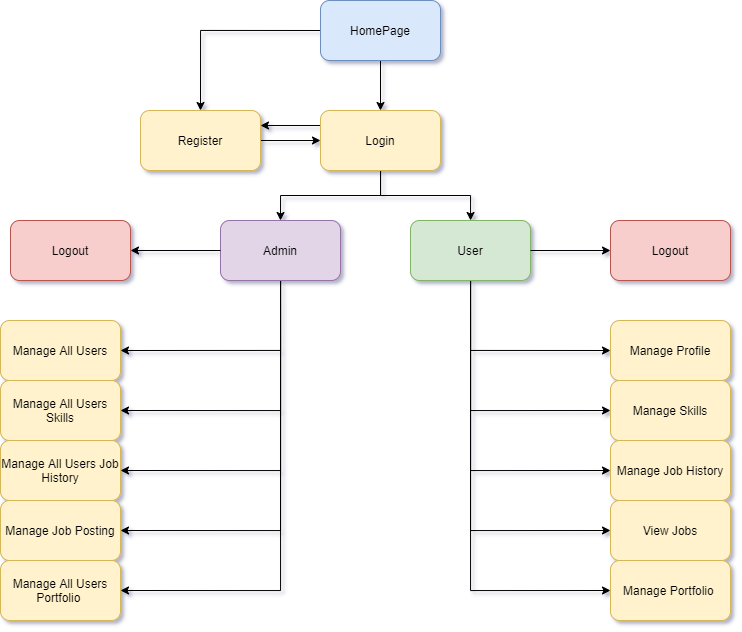
Above: Documentation/Diagrams/Sitemap.png in RSteinebrunner/LaravelProject (draw.io), before the change. Source tidied: cells renumbered, new cells last; positions are measured from the earlier drawing's top-left corner, leaving out a move shared by most shapes.
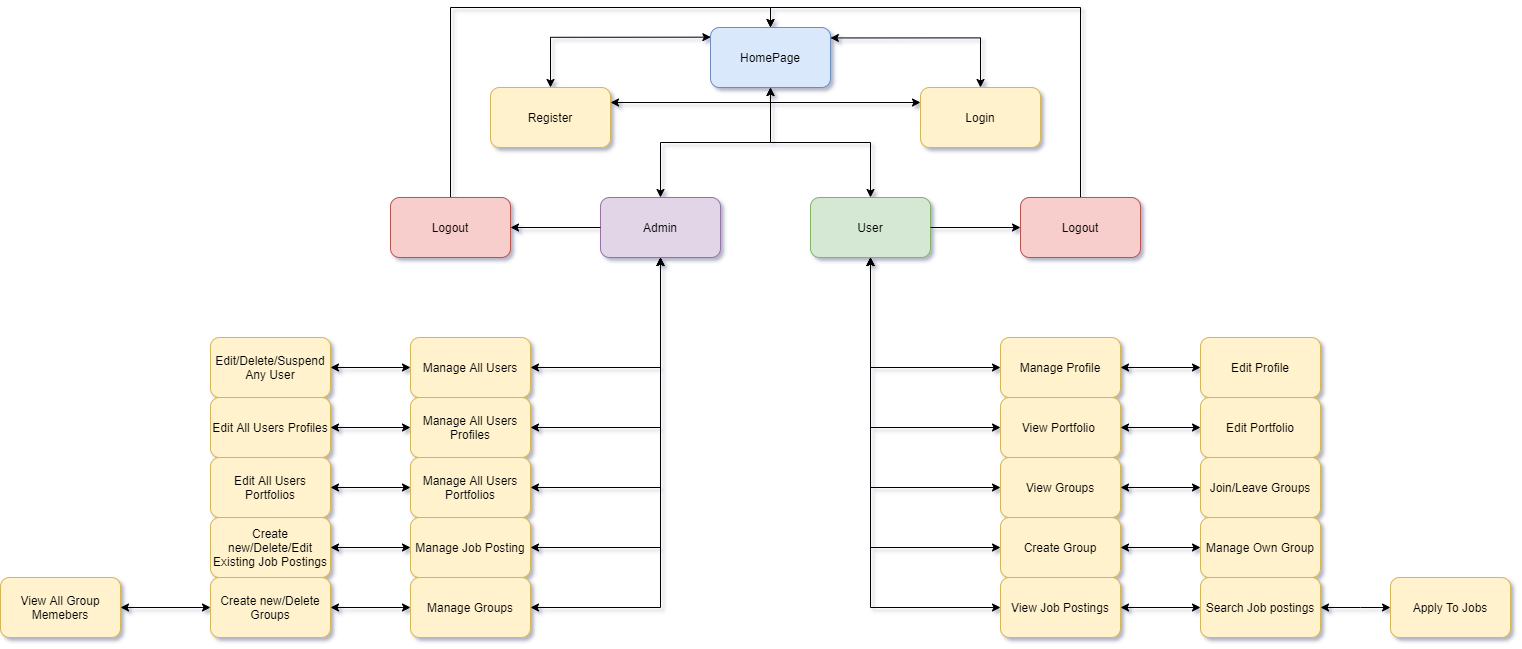
Later version of the same file.

Diff of the diagram source:
```diff
@@ -2,103 +2,98 @@
   <root>
     <mxCell id="0" />
     <mxCell id="1" parent="0" />
-    <mxCell id="2" style="edgeStyle=orthogonalEdgeStyle;rounded=0;jettySize=auto;html=1;entryX=0.5;entryY=0;entryDx=0;entryDy=0;exitX=0;exitY=0.5;exitDx=0;exitDy=0;" parent="1" edge="1" source="4" target="6">
+    <mxCell id="2" style="edgeStyle=orthogonalEdgeStyle;rounded=0;jettySize=auto;html=1;entryX=0.5;entryY=0;entryDx=0;entryDy=0;exitX=0.003;exitY=0.161;exitDx=0;exitDy=0;startArrow=classic;startFill=1;exitPerimeter=0;" parent="1" edge="1" source="4" target="6">
       <mxGeometry relative="1" as="geometry">
         <Array as="points">
-          <mxPoint x="200" y="30" />
+          <mxPoint x="170" y="60" />
         </Array>
       </mxGeometry>
     </mxCell>
-    <mxCell id="3" style="edgeStyle=orthogonalEdgeStyle;rounded=0;jettySize=auto;html=1;entryX=0.5;entryY=0;entryDx=0;entryDy=0;exitX=0.5;exitY=1;exitDx=0;exitDy=0;" parent="1" edge="1" source="4" target="10">
-      <mxGeometry relative="1" as="geometry" />
+    <mxCell id="3" style="edgeStyle=orthogonalEdgeStyle;rounded=0;jettySize=auto;html=1;entryX=0.5;entryY=0;entryDx=0;entryDy=0;exitX=0.999;exitY=0.174;exitDx=0;exitDy=0;startArrow=classic;startFill=1;exitPerimeter=0;" parent="1" edge="1" source="4" target="10">
+      <mxGeometry relative="1" as="geometry">
+        <Array as="points">
+          <mxPoint x="600" y="60" />
+        </Array>
+      </mxGeometry>
     </mxCell>
+    <mxCell id="37" style="edgeStyle=orthogonalEdgeStyle;rounded=0;jettySize=auto;html=1;startArrow=classic;startFill=1;" parent="1" edge="1" source="4" target="22">
+      <mxGeometry relative="1" as="geometry" />
+    </mxCell>
+    <mxCell id="38" style="edgeStyle=orthogonalEdgeStyle;rounded=0;jettySize=auto;html=1;startArrow=classic;startFill=1;" parent="1" edge="1" source="4" target="16">
+      <mxGeometry relative="1" as="geometry" />
+    </mxCell>
     <mxCell id="4" value="HomePage" style="rounded=1;whiteSpace=wrap;html=1;fillColor=#dae8fc;strokeColor=#6c8ebf;" parent="1" vertex="1">
-      <mxGeometry x="320" width="120" height="60" as="geometry" />
+      <mxGeometry x="330" y="50" width="120" height="60" as="geometry" />
     </mxCell>
-    <mxCell id="5" style="edgeStyle=orthogonalEdgeStyle;rounded=0;jettySize=auto;html=1;" parent="1" edge="1" source="6" target="10">
-      <mxGeometry relative="1" as="geometry" />
-    </mxCell>
     <mxCell id="6" value="Register" style="rounded=1;whiteSpace=wrap;html=1;fillColor=#fff2cc;strokeColor=#d6b656;" parent="1" vertex="1">
-      <mxGeometry x="140" y="110" width="120" height="60" as="geometry" />
+      <mxGeometry x="110" y="110" width="120" height="60" as="geometry" />
     </mxCell>
-    <mxCell id="7" style="edgeStyle=orthogonalEdgeStyle;rounded=0;jettySize=auto;html=1;entryX=1;entryY=0.25;entryDx=0;entryDy=0;exitX=0;exitY=0.25;exitDx=0;exitDy=0;" parent="1" edge="1" source="10" target="6">
+    <mxCell id="7" style="edgeStyle=orthogonalEdgeStyle;rounded=0;jettySize=auto;html=1;entryX=1;entryY=0.25;entryDx=0;entryDy=0;exitX=0;exitY=0.25;exitDx=0;exitDy=0;startArrow=classic;startFill=1;" parent="1" edge="1" source="10" target="6">
       <mxGeometry relative="1" as="geometry" />
     </mxCell>
-    <mxCell id="8" style="edgeStyle=orthogonalEdgeStyle;rounded=0;jettySize=auto;html=1;" parent="1" edge="1" source="10" target="16">
-      <mxGeometry relative="1" as="geometry" />
-    </mxCell>
-    <mxCell id="9" style="edgeStyle=orthogonalEdgeStyle;rounded=0;jettySize=auto;html=1;entryX=0.5;entryY=0;entryDx=0;entryDy=0;" parent="1" edge="1" source="10" target="22">
-      <mxGeometry relative="1" as="geometry" />
-    </mxCell>
     <mxCell id="10" value="Login" style="rounded=1;whiteSpace=wrap;html=1;fillColor=#fff2cc;strokeColor=#d6b656;" parent="1" vertex="1">
-      <mxGeometry x="320" y="110" width="120" height="60" as="geometry" />
+      <mxGeometry x="540" y="110" width="120" height="60" as="geometry" />
     </mxCell>
-    <mxCell id="11" style="edgeStyle=orthogonalEdgeStyle;rounded=0;jettySize=auto;html=1;exitX=0.5;exitY=1;exitDx=0;exitDy=0;entryX=0;entryY=0.5;entryDx=0;entryDy=0;" parent="1" edge="1" source="16" target="26">
+    <mxCell id="11" style="edgeStyle=orthogonalEdgeStyle;rounded=0;jettySize=auto;html=1;exitX=0.5;exitY=1;exitDx=0;exitDy=0;entryX=0;entryY=0.5;entryDx=0;entryDy=0;startArrow=classic;startFill=1;" parent="1" edge="1" source="16" target="26">
       <mxGeometry relative="1" as="geometry" />
     </mxCell>
-    <mxCell id="12" style="edgeStyle=orthogonalEdgeStyle;rounded=0;jettySize=auto;html=1;entryX=0;entryY=0.5;entryDx=0;entryDy=0;" parent="1" edge="1" source="16" target="32">
-      <mxGeometry relative="1" as="geometry">
-        <Array as="points">
-          <mxPoint x="470" y="410" />
-        </Array>
-      </mxGeometry>
-    </mxCell>
-    <mxCell id="13" style="edgeStyle=orthogonalEdgeStyle;rounded=0;jettySize=auto;html=1;entryX=0;entryY=0.5;entryDx=0;entryDy=0;" parent="1" edge="1" source="16" target="33">
-      <mxGeometry relative="1" as="geometry">
-        <Array as="points">
-          <mxPoint x="470" y="470" />
-        </Array>
-      </mxGeometry>
-    </mxCell>
-    <mxCell id="14" style="edgeStyle=orthogonalEdgeStyle;rounded=0;jettySize=auto;html=1;entryX=0;entryY=0.5;entryDx=0;entryDy=0;" parent="1" edge="1" source="16" target="34">
+    <mxCell id="14" style="edgeStyle=orthogonalEdgeStyle;rounded=0;jettySize=auto;html=1;entryX=0;entryY=0.5;entryDx=0;entryDy=0;startArrow=classic;startFill=1;" parent="1" edge="1" source="16" target="46">
       <mxGeometry relative="1" as="geometry">
         <Array as="points">
-          <mxPoint x="470" y="530" />
+          <mxPoint x="490" y="570" />
         </Array>
       </mxGeometry>
     </mxCell>
-    <mxCell id="15" style="edgeStyle=orthogonalEdgeStyle;rounded=0;jettySize=auto;html=1;entryX=0;entryY=0.5;entryDx=0;entryDy=0;" parent="1" edge="1" source="16" target="35">
+    <mxCell id="15" style="edgeStyle=orthogonalEdgeStyle;rounded=0;jettySize=auto;html=1;entryX=0;entryY=0.5;entryDx=0;entryDy=0;startArrow=classic;startFill=1;" parent="1" edge="1" source="16" target="35">
       <mxGeometry relative="1" as="geometry">
         <Array as="points">
-          <mxPoint x="470" y="590" />
+          <mxPoint x="490" y="450" />
         </Array>
       </mxGeometry>
     </mxCell>
+    <mxCell id="39" style="edgeStyle=orthogonalEdgeStyle;rounded=0;jettySize=auto;html=1;entryX=0;entryY=0.5;entryDx=0;entryDy=0;startArrow=classic;startFill=1;" parent="1" edge="1" source="16">
+      <mxGeometry relative="1" as="geometry">
+        <mxPoint x="620" y="630" as="targetPoint" />
+        <Array as="points">
+          <mxPoint x="490" y="630" />
+        </Array>
+      </mxGeometry>
+    </mxCell>
     <mxCell id="16" value="User" style="rounded=1;whiteSpace=wrap;html=1;fillColor=#d5e8d4;strokeColor=#82b366;" parent="1" vertex="1">
-      <mxGeometry x="410" y="220" width="120" height="60" as="geometry" />
+      <mxGeometry x="430" y="220" width="120" height="60" as="geometry" />
     </mxCell>
-    <mxCell id="17" style="edgeStyle=orthogonalEdgeStyle;rounded=0;jettySize=auto;html=1;exitX=0.5;exitY=1;exitDx=0;exitDy=0;entryX=1;entryY=0.5;entryDx=0;entryDy=0;" parent="1" edge="1" source="22" target="29">
+    <mxCell id="17" style="edgeStyle=orthogonalEdgeStyle;rounded=0;jettySize=auto;html=1;exitX=0.5;exitY=1;exitDx=0;exitDy=0;entryX=1;entryY=0.5;entryDx=0;entryDy=0;startArrow=classic;startFill=1;" parent="1" edge="1" source="22" target="29">
       <mxGeometry relative="1" as="geometry">
         <Array as="points">
-          <mxPoint x="280" y="350" />
+          <mxPoint x="280" y="390" />
         </Array>
       </mxGeometry>
     </mxCell>
-    <mxCell id="18" style="edgeStyle=orthogonalEdgeStyle;rounded=0;jettySize=auto;html=1;entryX=1;entryY=0.5;entryDx=0;entryDy=0;" parent="1" edge="1" source="22" target="28">
+    <mxCell id="18" style="edgeStyle=orthogonalEdgeStyle;rounded=0;jettySize=auto;html=1;entryX=1;entryY=0.5;entryDx=0;entryDy=0;startArrow=classic;startFill=1;" parent="1" edge="1" source="22" target="28">
       <mxGeometry relative="1" as="geometry">
         <Array as="points">
-          <mxPoint x="280" y="410" />
+          <mxPoint x="280" y="450" />
         </Array>
       </mxGeometry>
     </mxCell>
     <mxCell id="19" style="edgeStyle=orthogonalEdgeStyle;rounded=0;jettySize=auto;html=1;entryX=1;entryY=0.5;entryDx=0;entryDy=0;" parent="1" edge="1" source="22" target="30">
       <mxGeometry relative="1" as="geometry">
         <Array as="points">
-          <mxPoint x="280" y="470" />
+          <mxPoint x="280" y="510" />
         </Array>
       </mxGeometry>
     </mxCell>
-    <mxCell id="20" style="edgeStyle=orthogonalEdgeStyle;rounded=0;jettySize=auto;html=1;entryX=1;entryY=0.5;entryDx=0;entryDy=0;" parent="1" edge="1" source="22" target="31">
+    <mxCell id="20" style="edgeStyle=orthogonalEdgeStyle;rounded=0;jettySize=auto;html=1;entryX=1;entryY=0.5;entryDx=0;entryDy=0;startArrow=classic;startFill=1;" parent="1" edge="1" source="22" target="31">
       <mxGeometry relative="1" as="geometry">
         <Array as="points">
-          <mxPoint x="280" y="530" />
+          <mxPoint x="280" y="570" />
         </Array>
       </mxGeometry>
     </mxCell>
-    <mxCell id="21" style="edgeStyle=orthogonalEdgeStyle;rounded=0;jettySize=auto;html=1;entryX=1;entryY=0.5;entryDx=0;entryDy=0;" parent="1" edge="1" source="22" target="36">
+    <mxCell id="21" style="edgeStyle=orthogonalEdgeStyle;rounded=0;jettySize=auto;html=1;entryX=1;entryY=0.5;entryDx=0;entryDy=0;startArrow=classic;startFill=1;" parent="1" edge="1" source="22" target="36">
       <mxGeometry relative="1" as="geometry">
         <Array as="points">
-          <mxPoint x="280" y="590" />
+          <mxPoint x="280" y="630" />
         </Array>
       </mxGeometry>
     </mxCell>
@@ -108,44 +103,144 @@
     <mxCell id="23" style="edgeStyle=orthogonalEdgeStyle;rounded=0;jettySize=auto;html=1;exitX=0;exitY=0.5;exitDx=0;exitDy=0;" parent="1" edge="1" source="22" target="24">
       <mxGeometry relative="1" as="geometry" />
     </mxCell>
+    <mxCell id="40" style="edgeStyle=orthogonalEdgeStyle;rounded=0;jettySize=auto;html=1;entryX=0.5;entryY=0;entryDx=0;entryDy=0;" parent="1" edge="1" source="24" target="4">
+      <mxGeometry relative="1" as="geometry">
+        <Array as="points">
+          <mxPoint x="70" y="30" />
+          <mxPoint x="390" y="30" />
+        </Array>
+      </mxGeometry>
+    </mxCell>
     <mxCell id="24" value="Logout" style="rounded=1;whiteSpace=wrap;html=1;fillColor=#f8cecc;strokeColor=#b85450;" parent="1" vertex="1">
       <mxGeometry x="10" y="220" width="120" height="60" as="geometry" />
     </mxCell>
     <mxCell id="25" style="edgeStyle=orthogonalEdgeStyle;rounded=0;jettySize=auto;html=1;exitX=1;exitY=0.5;exitDx=0;exitDy=0;" parent="1" edge="1" source="16" target="27">
       <mxGeometry relative="1" as="geometry" />
     </mxCell>
+    <mxCell id="41" style="edgeStyle=orthogonalEdgeStyle;rounded=0;jettySize=auto;html=1;entryX=0;entryY=0.5;entryDx=0;entryDy=0;startArrow=classic;startFill=1;" parent="1" edge="1" source="26" target="48">
+      <mxGeometry relative="1" as="geometry" />
+    </mxCell>
     <mxCell id="26" value="Manage Profile" style="rounded=1;whiteSpace=wrap;html=1;fillColor=#fff2cc;strokeColor=#d6b656;" parent="1" vertex="1">
-      <mxGeometry x="610" y="320" width="120" height="60" as="geometry" />
+      <mxGeometry x="620" y="360" width="120" height="60" as="geometry" />
     </mxCell>
+    <mxCell id="42" style="edgeStyle=orthogonalEdgeStyle;rounded=0;jettySize=auto;html=1;entryX=0.5;entryY=0;entryDx=0;entryDy=0;exitX=0.5;exitY=0;exitDx=0;exitDy=0;" parent="1" edge="1" source="27" target="4">
+      <mxGeometry relative="1" as="geometry">
+        <Array as="points">
+          <mxPoint x="700" y="30" />
+          <mxPoint x="390" y="30" />
+        </Array>
+      </mxGeometry>
+    </mxCell>
     <mxCell id="27" value="Logout" style="rounded=1;whiteSpace=wrap;html=1;fillColor=#f8cecc;strokeColor=#b85450;" parent="1" vertex="1">
-      <mxGeometry x="610" y="220" width="120" height="60" as="geometry" />
+      <mxGeometry x="640" y="220" width="120" height="60" as="geometry" />
     </mxCell>
-    <mxCell id="28" value="Manage All Users Skills" style="rounded=1;whiteSpace=wrap;html=1;fillColor=#fff2cc;strokeColor=#d6b656;" parent="1" vertex="1">
-      <mxGeometry y="380" width="120" height="60" as="geometry" />
+    <mxCell id="28" value="Manage All Users Profiles" style="rounded=1;whiteSpace=wrap;html=1;fillColor=#fff2cc;strokeColor=#d6b656;" parent="1" vertex="1">
+      <mxGeometry x="30" y="420" width="120" height="60" as="geometry" />
     </mxCell>
+    <mxCell id="43" style="edgeStyle=orthogonalEdgeStyle;rounded=0;jettySize=auto;html=1;startArrow=classic;startFill=1;" parent="1" edge="1" source="29" target="55">
+      <mxGeometry relative="1" as="geometry" />
+    </mxCell>
     <mxCell id="29" value="Manage All Users" style="rounded=1;whiteSpace=wrap;html=1;fillColor=#fff2cc;strokeColor=#d6b656;" parent="1" vertex="1">
-      <mxGeometry y="320" width="120" height="60" as="geometry" />
+      <mxGeometry x="30" y="360" width="120" height="60" as="geometry" />
     </mxCell>
-    <mxCell id="30" value="Manage All Users Job History" style="rounded=1;whiteSpace=wrap;html=1;fillColor=#fff2cc;strokeColor=#d6b656;" parent="1" vertex="1">
-      <mxGeometry y="440" width="120" height="60" as="geometry" />
+    <mxCell id="30" value="Manage All Users Portfolios" style="rounded=1;whiteSpace=wrap;html=1;fillColor=#fff2cc;strokeColor=#d6b656;" parent="1" vertex="1">
+      <mxGeometry x="30" y="480" width="120" height="60" as="geometry" />
     </mxCell>
     <mxCell id="31" value="Manage Job Posting" style="rounded=1;whiteSpace=wrap;html=1;fillColor=#fff2cc;strokeColor=#d6b656;" parent="1" vertex="1">
-      <mxGeometry y="500" width="120" height="60" as="geometry" />
+      <mxGeometry x="30" y="540" width="120" height="60" as="geometry" />
     </mxCell>
-    <mxCell id="32" value="Manage Skills" style="rounded=1;whiteSpace=wrap;html=1;fillColor=#fff2cc;strokeColor=#d6b656;" parent="1" vertex="1">
-      <mxGeometry x="610" y="380" width="120" height="60" as="geometry" />
-    </mxCell>
-    <mxCell id="33" value="Manage Job History" style="rounded=1;whiteSpace=wrap;html=1;fillColor=#fff2cc;strokeColor=#d6b656;" parent="1" vertex="1">
-      <mxGeometry x="610" y="440" width="120" height="60" as="geometry" />
-    </mxCell>
-    <mxCell id="34" value="View Jobs" style="rounded=1;whiteSpace=wrap;html=1;fillColor=#fff2cc;strokeColor=#d6b656;" parent="1" vertex="1">
-      <mxGeometry x="610" y="500" width="120" height="60" as="geometry" />
-    </mxCell>
+    <mxCell id="44" style="edgeStyle=orthogonalEdgeStyle;rounded=0;jettySize=auto;html=1;startArrow=classic;startFill=1;" parent="1" edge="1" source="35" target="49">
+      <mxGeometry relative="1" as="geometry" />
+    </mxCell>
-    <mxCell id="35" value="Manage Portfolio&amp;nbsp;" style="rounded=1;whiteSpace=wrap;html=1;fillColor=#fff2cc;strokeColor=#d6b656;" parent="1" vertex="1">
-      <mxGeometry x="610" y="560" width="120" height="60" as="geometry" />
+    <mxCell id="35" value="View Portfolio&amp;nbsp;" style="rounded=1;whiteSpace=wrap;html=1;fillColor=#fff2cc;strokeColor=#d6b656;" parent="1" vertex="1">
+      <mxGeometry x="620" y="420" width="120" height="60" as="geometry" />
     </mxCell>
-    <mxCell id="36" value="Manage All Users Portfolio&amp;nbsp;" style="rounded=1;whiteSpace=wrap;html=1;fillColor=#fff2cc;strokeColor=#d6b656;" parent="1" vertex="1">
-      <mxGeometry y="560" width="120" height="60" as="geometry" />
+    <mxCell id="36" value="Manage Groups" style="rounded=1;whiteSpace=wrap;html=1;fillColor=#fff2cc;strokeColor=#d6b656;" parent="1" vertex="1">
+      <mxGeometry x="30" y="600" width="120" height="60" as="geometry" />
     </mxCell>
+    <mxCell id="45" style="edgeStyle=orthogonalEdgeStyle;rounded=0;jettySize=auto;html=1;entryX=0;entryY=0.5;entryDx=0;entryDy=0;startArrow=classic;startFill=1;" parent="1" edge="1" source="46" target="53">
+      <mxGeometry relative="1" as="geometry" />
+    </mxCell>
+    <mxCell id="46" value="Create Group" style="rounded=1;whiteSpace=wrap;html=1;fillColor=#fff2cc;strokeColor=#d6b656;" parent="1" vertex="1">
+      <mxGeometry x="620" y="540" width="120" height="60" as="geometry" />
+    </mxCell>
+    <mxCell id="47" style="edgeStyle=orthogonalEdgeStyle;rounded=0;jettySize=auto;html=1;entryX=0;entryY=0.5;entryDx=0;entryDy=0;startArrow=classic;startFill=1;exitX=0.5;exitY=1;exitDx=0;exitDy=0;" parent="1" edge="1" source="16" target="51">
+      <mxGeometry relative="1" as="geometry">
+        <Array as="points">
+          <mxPoint x="490" y="510" />
+        </Array>
+      </mxGeometry>
+    </mxCell>
+    <mxCell id="48" value="Edit Profile" style="rounded=1;whiteSpace=wrap;html=1;fillColor=#fff2cc;strokeColor=#d6b656;" parent="1" vertex="1">
+      <mxGeometry x="820" y="360" width="120" height="60" as="geometry" />
+    </mxCell>
+    <mxCell id="49" value="Edit Portfolio" style="rounded=1;whiteSpace=wrap;html=1;fillColor=#fff2cc;strokeColor=#d6b656;" parent="1" vertex="1">
+      <mxGeometry x="820" y="420" width="120" height="60" as="geometry" />
+    </mxCell>
+    <mxCell id="50" style="edgeStyle=orthogonalEdgeStyle;rounded=0;jettySize=auto;html=1;entryX=0;entryY=0.5;entryDx=0;entryDy=0;startArrow=classic;startFill=1;" parent="1" edge="1" source="51" target="52">
+      <mxGeometry relative="1" as="geometry" />
+    </mxCell>
+    <mxCell id="51" value="View Groups" style="rounded=1;whiteSpace=wrap;html=1;fillColor=#fff2cc;strokeColor=#d6b656;" parent="1" vertex="1">
+      <mxGeometry x="620" y="480" width="120" height="60" as="geometry" />
+    </mxCell>
+    <mxCell id="52" value="Join/Leave Groups" style="rounded=1;whiteSpace=wrap;html=1;fillColor=#fff2cc;strokeColor=#d6b656;" parent="1" vertex="1">
+      <mxGeometry x="820" y="480" width="120" height="60" as="geometry" />
+    </mxCell>
+    <mxCell id="53" value="Manage Own Group" style="rounded=1;whiteSpace=wrap;html=1;fillColor=#fff2cc;strokeColor=#d6b656;" parent="1" vertex="1">
+      <mxGeometry x="820" y="540" width="120" height="60" as="geometry" />
+    </mxCell>
+    <mxCell id="54" value="View Job Postings" style="rounded=1;whiteSpace=wrap;html=1;fillColor=#fff2cc;strokeColor=#d6b656;" parent="1" vertex="1">
+      <mxGeometry x="620" y="600" width="120" height="60" as="geometry" />
+    </mxCell>
+    <mxCell id="55" value="Edit/Delete/Suspend Any User" style="rounded=1;whiteSpace=wrap;html=1;fillColor=#fff2cc;strokeColor=#d6b656;" parent="1" vertex="1">
+      <mxGeometry x="-170" y="360" width="120" height="60" as="geometry" />
+    </mxCell>
+    <mxCell id="56" style="edgeStyle=orthogonalEdgeStyle;rounded=0;jettySize=auto;html=1;entryX=0;entryY=0.5;entryDx=0;entryDy=0;startArrow=classic;startFill=1;" parent="1" edge="1" source="57" target="28">
+      <mxGeometry relative="1" as="geometry" />
+    </mxCell>
+    <mxCell id="57" value="Edit All Users Profiles" style="rounded=1;whiteSpace=wrap;html=1;fillColor=#fff2cc;strokeColor=#d6b656;" parent="1" vertex="1">
+      <mxGeometry x="-170" y="420" width="120" height="60" as="geometry" />
+    </mxCell>
+    <mxCell id="58" style="edgeStyle=orthogonalEdgeStyle;rounded=0;jettySize=auto;html=1;entryX=0;entryY=0.5;entryDx=0;entryDy=0;startArrow=classic;startFill=1;" parent="1" edge="1" source="59" target="30">
+      <mxGeometry relative="1" as="geometry" />
+    </mxCell>
+    <mxCell id="59" value="Edit All Users Portfolios" style="rounded=1;whiteSpace=wrap;html=1;fillColor=#fff2cc;strokeColor=#d6b656;" parent="1" vertex="1">
+      <mxGeometry x="-170" y="480" width="120" height="60" as="geometry" />
+    </mxCell>
+    <mxCell id="60" style="edgeStyle=orthogonalEdgeStyle;rounded=0;jettySize=auto;html=1;startArrow=classic;startFill=1;" parent="1" edge="1" source="61" target="31">
+      <mxGeometry relative="1" as="geometry" />
+    </mxCell>
+    <mxCell id="61" value="Create new/Delete/Edit Existing Job Postings" style="rounded=1;whiteSpace=wrap;html=1;fillColor=#fff2cc;strokeColor=#d6b656;" parent="1" vertex="1">
+      <mxGeometry x="-170" y="540" width="120" height="60" as="geometry" />
+    </mxCell>
+    <mxCell id="62" style="edgeStyle=orthogonalEdgeStyle;rounded=0;jettySize=auto;html=1;entryX=0;entryY=0.5;entryDx=0;entryDy=0;startArrow=classic;startFill=1;" parent="1" edge="1" source="63" target="36">
+      <mxGeometry relative="1" as="geometry" />
+    </mxCell>
+    <mxCell id="63" value="Create new/Delete Groups" style="rounded=1;whiteSpace=wrap;html=1;fillColor=#fff2cc;strokeColor=#d6b656;" parent="1" vertex="1">
+      <mxGeometry x="-170" y="600" width="120" height="60" as="geometry" />
+    </mxCell>
+    <mxCell id="64" style="edgeStyle=orthogonalEdgeStyle;rounded=0;jettySize=auto;html=1;startArrow=classic;startFill=1;" parent="1" edge="1" source="65" target="63">
+      <mxGeometry relative="1" as="geometry" />
+    </mxCell>
+    <mxCell id="65" value="View All Group Memebers" style="rounded=1;whiteSpace=wrap;html=1;fillColor=#fff2cc;strokeColor=#d6b656;" parent="1" vertex="1">
+      <mxGeometry x="-380" y="600" width="120" height="60" as="geometry" />
+    </mxCell>
+    <mxCell id="66" value="Search Job postings" style="rounded=1;whiteSpace=wrap;html=1;fillColor=#fff2cc;strokeColor=#d6b656;" parent="1" vertex="1">
+      <mxGeometry x="820" y="600" width="120" height="60" as="geometry" />
+    </mxCell>
+    <mxCell id="67" style="edgeStyle=orthogonalEdgeStyle;rounded=0;jettySize=auto;html=1;entryX=0;entryY=0.5;entryDx=0;entryDy=0;startArrow=classic;startFill=1;exitX=1;exitY=0.5;exitDx=0;exitDy=0;" parent="1" edge="1" source="54" target="66">
+      <mxGeometry relative="1" as="geometry" />
+    </mxCell>
+    <mxCell id="68" value="Apply To Jobs" style="rounded=1;whiteSpace=wrap;html=1;fillColor=#fff2cc;strokeColor=#d6b656;" parent="1" vertex="1">
+      <mxGeometry x="1010" y="600" width="120" height="60" as="geometry" />
+    </mxCell>
+    <mxCell id="69" style="edgeStyle=orthogonalEdgeStyle;rounded=0;jettySize=auto;html=1;entryX=0;entryY=0.5;entryDx=0;entryDy=0;startArrow=classic;startFill=1;exitX=1;exitY=0.5;exitDx=0;exitDy=0;" parent="1" edge="1" source="66" target="68">
+      <mxGeometry relative="1" as="geometry">
+        <Array as="points">
+          <mxPoint x="980" y="630" />
+          <mxPoint x="980" y="630" />
+        </Array>
+      </mxGeometry>
+    </mxCell>
   </root>
 </mxGraphModel>
```
